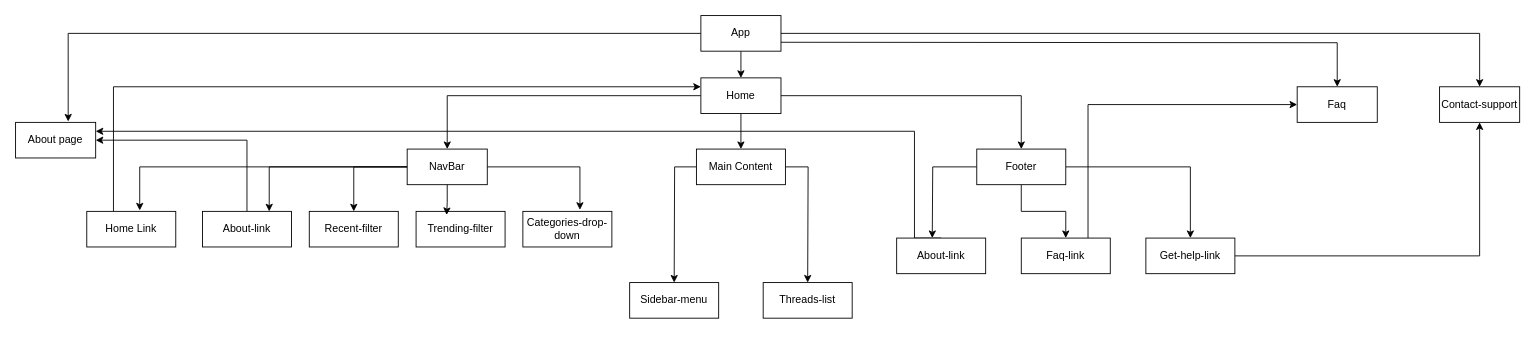
Earlier version of the draw.io diagram Biểu đồ không có tiêu đề2.drawio (minhduc1222/code_learn). Source tidied: cells renumbered, new cells numbered last; positions are measured from the earlier drawing's top-left corner, leaving out a move shared by most shapes. Both pictures are drawn from the tidied source at 89%, with x=0, y=0 at pixel (15, 15).
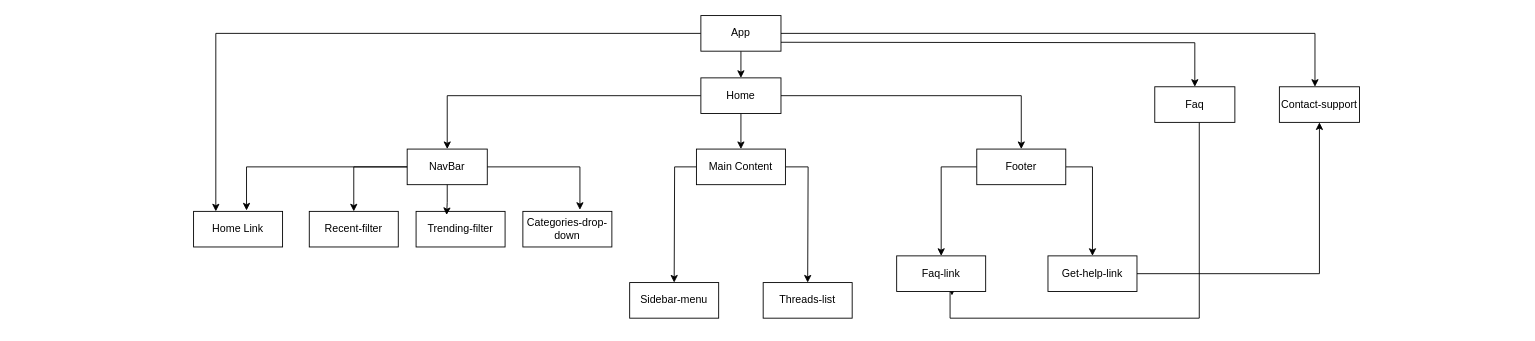
The same diagram, later.

Commit message:
Cập nhật Biểu đồ không có tiêu đề2.drawio

Unchanged cells that the change refers to:
```xml
<mxCell id="5" value="Home" style="rounded=0;whiteSpace=wrap;html=1;" parent="1" vertex="1">
  <mxGeometry x="770" y="70" width="90" height="40" as="geometry" />
</mxCell>
<mxCell id="8" value="NavBar" style="rounded=0;whiteSpace=wrap;html=1;" parent="1" vertex="1">
  <mxGeometry x="440" y="150" width="90" height="40" as="geometry" />
</mxCell>
<mxCell id="12" value="App" style="rounded=0;whiteSpace=wrap;html=1;" parent="1" vertex="1">
  <mxGeometry x="770" width="90" height="40" as="geometry" />
</mxCell>
<mxCell id="25" value="Footer" style="rounded=0;whiteSpace=wrap;html=1;" parent="1" vertex="1">
  <mxGeometry x="1080" y="150" width="100" height="40" as="geometry" />
</mxCell>
```

The edit, as a diff of the source:
```diff
@@
-    <mxCell id="6" style="edgeStyle=orthogonalEdgeStyle;rounded=0;jettySize=auto;html=1;entryX=0.75;entryY=0;entryDx=0;entryDy=0;" parent="1" edge="1" source="8" target="18">
-      <mxGeometry relative="1" as="geometry" />
-    </mxCell>
@@
-    <mxCell id="10" style="edgeStyle=orthogonalEdgeStyle;rounded=0;jettySize=auto;html=1;entryX=0.657;entryY=-0.024;entryDx=0;entryDy=0;entryPerimeter=0;" parent="1" edge="1" source="12" target="28">
-      <mxGeometry relative="1" as="geometry" />
-    </mxCell>
@@
+    <mxCell id="42" style="edgeStyle=orthogonalEdgeStyle;rounded=0;jettySize=auto;html=1;entryX=0.25;entryY=0;entryDx=0;entryDy=0;" parent="1" edge="1" source="12" target="14">
+      <mxGeometry relative="1" as="geometry" />
+    </mxCell>
@@
-    <mxCell id="13" style="edgeStyle=orthogonalEdgeStyle;rounded=0;jettySize=auto;html=1;entryX=0;entryY=0.25;entryDx=0;entryDy=0;" parent="1" edge="1" target="5">
-      <mxGeometry relative="1" as="geometry">
-        <mxPoint x="110" y="220" as="sourcePoint" />
-        <Array as="points">
-          <mxPoint x="110" y="80" />
-        </Array>
-      </mxGeometry>
-    </mxCell>
     <mxCell id="14" value="Home Link" style="rounded=0;whiteSpace=wrap;html=1;" parent="1" vertex="1">
-      <mxGeometry x="80" y="220" width="100" height="40" as="geometry" />
+      <mxGeometry x="200" y="220" width="100" height="40" as="geometry" />
     </mxCell>
@@
-    <mxCell id="17" style="edgeStyle=orthogonalEdgeStyle;rounded=0;jettySize=auto;html=1;entryX=1;entryY=0.5;entryDx=0;entryDy=0;" parent="1" edge="1" source="18" target="28">
-      <mxGeometry relative="1" as="geometry">
-        <Array as="points">
-          <mxPoint x="260" y="140" />
-        </Array>
-      </mxGeometry>
-    </mxCell>
-    <mxCell id="18" value="About-link" style="rounded=0;whiteSpace=wrap;html=1;" parent="1" vertex="1">
-      <mxGeometry x="210" y="220" width="100" height="40" as="geometry" />
-    </mxCell>
@@
-    <mxCell id="22" style="edgeStyle=orthogonalEdgeStyle;rounded=0;jettySize=auto;html=1;" parent="1" edge="1" source="25">
-      <mxGeometry relative="1" as="geometry">
-        <mxPoint x="1030" y="250" as="targetPoint" />
-      </mxGeometry>
-    </mxCell>
     <mxCell id="23" style="edgeStyle=orthogonalEdgeStyle;rounded=0;jettySize=auto;html=1;" parent="1" edge="1" source="25" target="33">
-      <mxGeometry relative="1" as="geometry" />
+      <mxGeometry relative="1" as="geometry">
+        <Array as="points">
+          <mxPoint x="1040" y="170" />
+        </Array>
+      </mxGeometry>
     </mxCell>
-    <mxCell id="24" style="edgeStyle=orthogonalEdgeStyle;rounded=0;jettySize=auto;html=1;entryX=0.5;entryY=0;entryDx=0;entryDy=0;" parent="1" edge="1" source="25" target="36">
+    <mxCell id="24" style="edgeStyle=orthogonalEdgeStyle;rounded=0;jettySize=auto;html=1;entryX=0.5;entryY=0;entryDx=0;entryDy=0;exitX=1;exitY=0.5;exitDx=0;exitDy=0;" parent="1" edge="1" source="25" target="36">
       <mxGeometry relative="1" as="geometry" />
     </mxCell>
@@
-    <mxCell id="28" value="About page" style="rounded=0;whiteSpace=wrap;html=1;" parent="1" vertex="1">
-      <mxGeometry y="120" width="90" height="40" as="geometry" />
-    </mxCell>
+    <mxCell id="43" style="edgeStyle=orthogonalEdgeStyle;rounded=0;jettySize=auto;html=1;entryX=0.621;entryY=1.114;entryDx=0;entryDy=0;entryPerimeter=0;" parent="1" edge="1" source="29" target="33">
+      <mxGeometry relative="1" as="geometry">
+        <Array as="points">
+          <mxPoint x="1330" y="340" />
+          <mxPoint x="1050" y="340" />
+          <mxPoint x="1050" y="310" />
+          <mxPoint x="1052" y="310" />
+        </Array>
+      </mxGeometry>
+    </mxCell>
     <mxCell id="29" value="Faq" style="rounded=0;whiteSpace=wrap;html=1;" parent="1" vertex="1">
-      <mxGeometry x="1440" y="80" width="90" height="40" as="geometry" />
+      <mxGeometry x="1280" y="80" width="90" height="40" as="geometry" />
     </mxCell>
-    <mxCell id="30" style="edgeStyle=orthogonalEdgeStyle;rounded=0;jettySize=auto;html=1;exitX=0.5;exitY=0;exitDx=0;exitDy=0;entryX=1;entryY=0.25;entryDx=0;entryDy=0;" parent="1" edge="1" source="31" target="28">
-      <mxGeometry relative="1" as="geometry">
-        <Array as="points">
-          <mxPoint x="1010" y="250" />
-          <mxPoint x="1010" y="130" />
-        </Array>
-      </mxGeometry>
-    </mxCell>
-    <mxCell id="31" value="About-link" style="rounded=0;whiteSpace=wrap;html=1;" parent="1" vertex="1">
-      <mxGeometry x="990" y="250" width="100" height="40" as="geometry" />
-    </mxCell>
-    <mxCell id="32" style="edgeStyle=orthogonalEdgeStyle;rounded=0;jettySize=auto;html=1;exitX=0.75;exitY=0;exitDx=0;exitDy=0;entryX=0;entryY=0.5;entryDx=0;entryDy=0;" parent="1" edge="1" source="33" target="29">
-      <mxGeometry relative="1" as="geometry" />
-    </mxCell>
     <mxCell id="33" value="Faq-link" style="rounded=0;whiteSpace=wrap;html=1;" parent="1" vertex="1">
-      <mxGeometry x="1130" y="250" width="100" height="40" as="geometry" />
+      <mxGeometry x="990" y="270" width="100" height="40" as="geometry" />
     </mxCell>
@@
     <mxCell id="36" value="Get-help-link" style="rounded=0;whiteSpace=wrap;html=1;" parent="1" vertex="1">
-      <mxGeometry x="1270" y="250" width="100" height="40" as="geometry" />
+      <mxGeometry x="1160" y="270" width="100" height="40" as="geometry" />
     </mxCell>
     <mxCell id="37" style="edgeStyle=orthogonalEdgeStyle;rounded=0;jettySize=auto;html=1;exitX=1;exitY=0.5;exitDx=0;exitDy=0;" parent="1" edge="1" source="12" target="38">
       <mxGeometry relative="1" as="geometry">
         <Array as="points">
-          <mxPoint x="1645" y="20" />
+          <mxPoint x="1460" y="20" />
         </Array>
       </mxGeometry>
     </mxCell>
     <mxCell id="38" value="Contact-support" style="rounded=0;whiteSpace=wrap;html=1;" parent="1" vertex="1">
-      <mxGeometry x="1600" y="80" width="90" height="40" as="geometry" />
+      <mxGeometry x="1420" y="80" width="90" height="40" as="geometry" />
     </mxCell>
```
